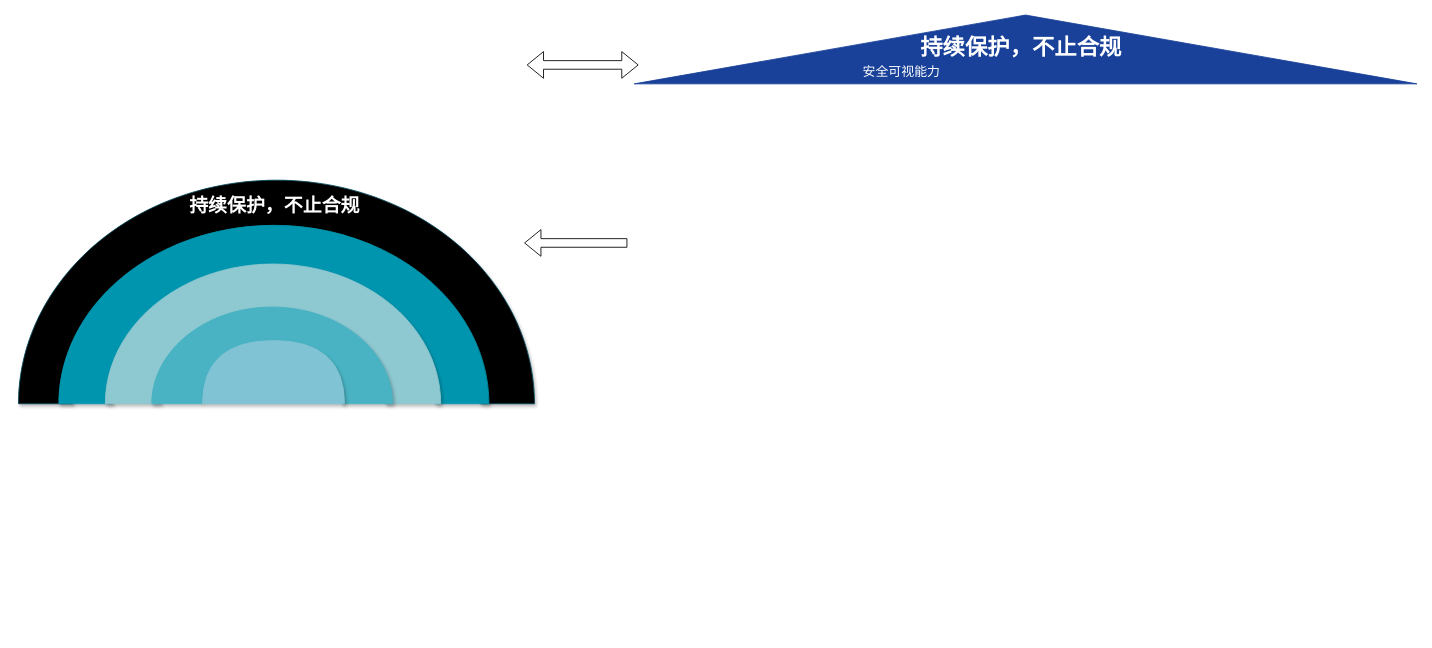
Niujieheng/GitHub_june keeps this draw.io diagram as 安全架构.drawio. Above is the earlier version. Source tidied: cells renumbered, new cells numbered last; positions are measured from the earlier drawing's top-left corner, leaving out a move shared by most shapes. Both pictures are drawn from the tidied source at 86%, with x=0, y=0 at pixel (18, -342).
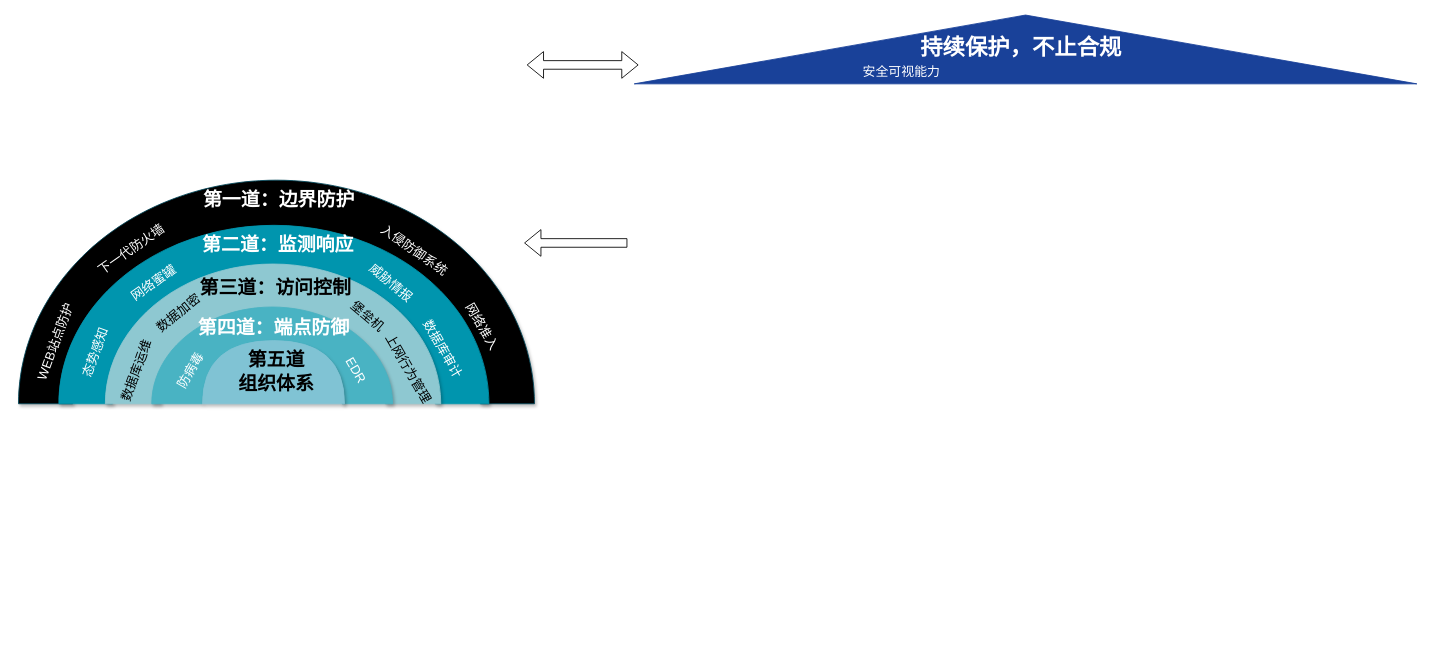
After the change.

Commit message (it also covers changes not shown here):
更新安全架构.drawio

The edit, as a diff of the source:
```diff
@@
-    <mxCell id="12" value="&lt;b&gt;&lt;font style=&quot;color: rgb(255, 255, 255); font-size: 22px;&quot;&gt;持续保护，不止合规&lt;/font&gt;&lt;/b&gt;" style="text;html=1;whiteSpace=wrap;strokeColor=none;fillColor=none;align=center;verticalAlign=middle;rounded=0;" parent="1" vertex="1">
-      <mxGeometry x="163" y="616.5" width="270" height="40" as="geometry" />
+    <mxCell id="12" value="&lt;b&gt;&lt;font style=&quot;color: rgb(255, 255, 255); font-size: 22px;&quot;&gt;第一道：边界防护&lt;/font&gt;&lt;/b&gt;" style="text;html=1;whiteSpace=wrap;strokeColor=none;fillColor=none;align=center;verticalAlign=middle;rounded=0;" parent="1" vertex="1">
+      <mxGeometry x="168" y="609.5" width="270" height="40" as="geometry" />
     </mxCell>
+    <mxCell id="13" value="&lt;b&gt;&lt;font style=&quot;color: rgb(255, 255, 255); font-size: 22px;&quot;&gt;第二道：监测响应&lt;/font&gt;&lt;/b&gt;" style="text;html=1;whiteSpace=wrap;strokeColor=none;fillColor=none;align=center;verticalAlign=middle;rounded=0;" parent="1" vertex="1">
+      <mxGeometry x="167" y="663" width="270" height="40" as="geometry" />
+    </mxCell>
+    <mxCell id="14" value="&lt;b&gt;&lt;font style=&quot;color: rgb(255, 255, 255); font-size: 22px;&quot;&gt;第四道：端点防御&lt;/font&gt;&lt;/b&gt;" style="text;html=1;whiteSpace=wrap;strokeColor=none;fillColor=none;align=center;verticalAlign=middle;rounded=0;" parent="1" vertex="1">
+      <mxGeometry x="162" y="759" width="270" height="40" as="geometry" />
+    </mxCell>
+    <mxCell id="15" value="&lt;b&gt;&lt;font style=&quot;font-size: 22px; color: light-dark(rgb(0, 0, 0), rgb(237, 237, 237));&quot;&gt;第三道：访问控制&lt;/font&gt;&lt;/b&gt;" style="text;html=1;whiteSpace=wrap;strokeColor=none;fillColor=none;align=center;verticalAlign=middle;rounded=0;" parent="1" vertex="1">
+      <mxGeometry x="164" y="713" width="270" height="40" as="geometry" />
+    </mxCell>
+    <mxCell id="16" value="&lt;b&gt;&lt;font style=&quot;font-size: 22px; color: light-dark(rgb(0, 0, 0), rgb(237, 237, 237));&quot;&gt;第五道&lt;/font&gt;&lt;/b&gt;&lt;div&gt;&lt;b&gt;&lt;font style=&quot;font-size: 22px; color: light-dark(rgb(0, 0, 0), rgb(237, 237, 237));&quot;&gt;组织体系&lt;/font&gt;&lt;/b&gt;&lt;/div&gt;" style="text;html=1;whiteSpace=wrap;strokeColor=none;fillColor=none;align=center;verticalAlign=middle;rounded=0;" parent="1" vertex="1">
+      <mxGeometry x="165" y="810.2" width="270" height="40" as="geometry" />
+    </mxCell>
+    <mxCell id="17" value="&lt;font style=&quot;color: rgb(255, 255, 255); font-size: 15px;&quot;&gt;WEB站点防护&lt;/font&gt;" style="text;html=1;whiteSpace=wrap;strokeColor=none;fillColor=none;align=center;verticalAlign=middle;rounded=0;rotation=-70;" parent="1" vertex="1">
+      <mxGeometry x="-17.5" y="780.2" width="120" height="30" as="geometry" />
+    </mxCell>
+    <mxCell id="18" value="&lt;font style=&quot;color: rgb(255, 255, 255); font-size: 15px;&quot;&gt;下一代防火墙&lt;/font&gt;" style="text;html=1;whiteSpace=wrap;strokeColor=none;fillColor=none;align=center;verticalAlign=middle;rounded=0;rotation=-35;" parent="1" vertex="1">
+      <mxGeometry x="71" y="672" width="120" height="30" as="geometry" />
+    </mxCell>
+    <mxCell id="19" value="&lt;font style=&quot;color: rgb(255, 255, 255); font-size: 15px;&quot;&gt;入侵防御系统&lt;/font&gt;" style="text;html=1;whiteSpace=wrap;strokeColor=none;fillColor=none;align=center;verticalAlign=middle;rounded=0;rotation=35;" parent="1" vertex="1">
+      <mxGeometry x="401" y="673" width="120" height="30" as="geometry" />
+    </mxCell>
+    <mxCell id="20" value="&lt;font style=&quot;color: light-dark(rgb(0, 0, 0), rgb(237, 237, 237));&quot;&gt;&lt;span style=&quot;font-size: 15px;&quot;&gt;上网行为管理&lt;/span&gt;&lt;/font&gt;" style="text;html=1;whiteSpace=wrap;strokeColor=none;fillColor=none;align=center;verticalAlign=middle;rounded=0;rotation=60;" parent="1" vertex="1">
+      <mxGeometry x="394" y="811.3" width="120" height="30" as="geometry" />
+    </mxCell>
+    <mxCell id="21" value="&lt;font style=&quot;color: rgb(255, 255, 255); font-size: 15px;&quot;&gt;态势感知&lt;/font&gt;" style="text;html=1;whiteSpace=wrap;strokeColor=none;fillColor=none;align=center;verticalAlign=middle;rounded=0;rotation=-70;" parent="1" vertex="1">
+      <mxGeometry x="29" y="792" width="120" height="30" as="geometry" />
+    </mxCell>
+    <mxCell id="22" value="&lt;font style=&quot;color: rgb(255, 255, 255); font-size: 15px;&quot;&gt;网络蜜罐&lt;/font&gt;" style="text;html=1;whiteSpace=wrap;strokeColor=none;fillColor=none;align=center;verticalAlign=middle;rounded=0;rotation=-35;" parent="1" vertex="1">
+      <mxGeometry x="97" y="711" width="120" height="30" as="geometry" />
+    </mxCell>
+    <mxCell id="23" value="&lt;font style=&quot;color: rgb(255, 255, 255); font-size: 15px;&quot;&gt;威胁情报&lt;/font&gt;" style="text;html=1;whiteSpace=wrap;strokeColor=none;fillColor=none;align=center;verticalAlign=middle;rounded=0;rotation=40;" parent="1" vertex="1">
+      <mxGeometry x="374" y="711" width="120" height="30" as="geometry" />
+    </mxCell>
+    <mxCell id="24" value="&lt;font color=&quot;#ffffff&quot;&gt;&lt;span style=&quot;font-size: 15px;&quot;&gt;数据库审计&lt;/span&gt;&lt;/font&gt;" style="text;html=1;whiteSpace=wrap;strokeColor=none;fillColor=none;align=center;verticalAlign=middle;rounded=0;rotation=60;" parent="1" vertex="1">
+      <mxGeometry x="434" y="788.3" width="120" height="30" as="geometry" />
+    </mxCell>
+    <mxCell id="25" value="&lt;font style=&quot;font-size: 15px; color: light-dark(rgb(0, 0, 0), rgb(237, 237, 237));&quot;&gt;数据库运维&lt;/font&gt;" style="text;html=1;whiteSpace=wrap;strokeColor=none;fillColor=none;align=center;verticalAlign=middle;rounded=0;rotation=-70;" parent="1" vertex="1">
+      <mxGeometry x="77" y="813.3" width="120" height="30" as="geometry" />
+    </mxCell>
+    <mxCell id="26" value="&lt;font style=&quot;font-size: 15px; color: light-dark(rgb(0, 0, 0), rgb(237, 237, 237));&quot;&gt;堡垒机&lt;/font&gt;" style="text;html=1;whiteSpace=wrap;strokeColor=none;fillColor=none;align=center;verticalAlign=middle;rounded=0;rotation=40;" parent="1" vertex="1">
+      <mxGeometry x="347" y="749.8" width="120" height="30" as="geometry" />
+    </mxCell>
+    <mxCell id="27" value="&lt;font style=&quot;font-size: 15px; color: light-dark(rgb(0, 0, 0), rgb(237, 237, 237));&quot;&gt;数据加密&lt;/font&gt;" style="text;html=1;whiteSpace=wrap;strokeColor=none;fillColor=none;align=center;verticalAlign=middle;rounded=0;rotation=-39;" parent="1" vertex="1">
+      <mxGeometry x="126" y="746.2" width="120" height="30" as="geometry" />
+    </mxCell>
+    <mxCell id="28" value="&lt;font color=&quot;#ffffff&quot;&gt;&lt;span style=&quot;font-size: 15px;&quot;&gt;网络准入&lt;/span&gt;&lt;/font&gt;" style="text;html=1;whiteSpace=wrap;strokeColor=none;fillColor=none;align=center;verticalAlign=middle;rounded=0;rotation=60;" parent="1" vertex="1">
+      <mxGeometry x="480" y="762" width="120" height="30" as="geometry" />
+    </mxCell>
+    <mxCell id="29" value="&lt;font style=&quot;color: rgb(255, 255, 255); font-size: 15px;&quot;&gt;防病毒&lt;/font&gt;" style="text;html=1;whiteSpace=wrap;strokeColor=none;fillColor=none;align=center;verticalAlign=middle;rounded=0;rotation=-60;" parent="1" vertex="1">
+      <mxGeometry x="139.8" y="813.3" width="120" height="30" as="geometry" />
+    </mxCell>
+    <mxCell id="30" value="&lt;font color=&quot;#ffffff&quot;&gt;&lt;span style=&quot;font-size: 15px;&quot;&gt;EDR&lt;/span&gt;&lt;/font&gt;" style="text;html=1;whiteSpace=wrap;strokeColor=none;fillColor=none;align=center;verticalAlign=middle;rounded=0;rotation=60;" parent="1" vertex="1">
+      <mxGeometry x="333.3" y="813.3" width="120" height="30" as="geometry" />
+    </mxCell>
```
